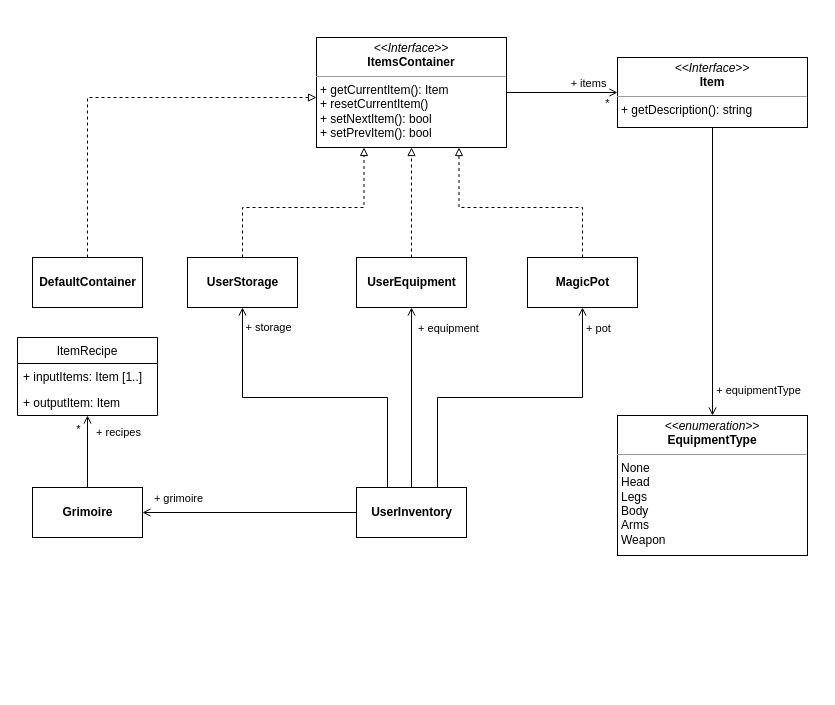
Before: page "InventoryComponent" (4 of 7) of documents/Roguelike.drawio in SBOne-Kenobi/design-course, a draw.io diagram. Source tidied: cells renumbered, new cells numbered last; positions are measured from the earlier drawing's top-left corner, leaving out a move shared by most shapes. Both pictures are drawn from the tidied source at 100%, with x=0, y=0 at pixel (17, 37).
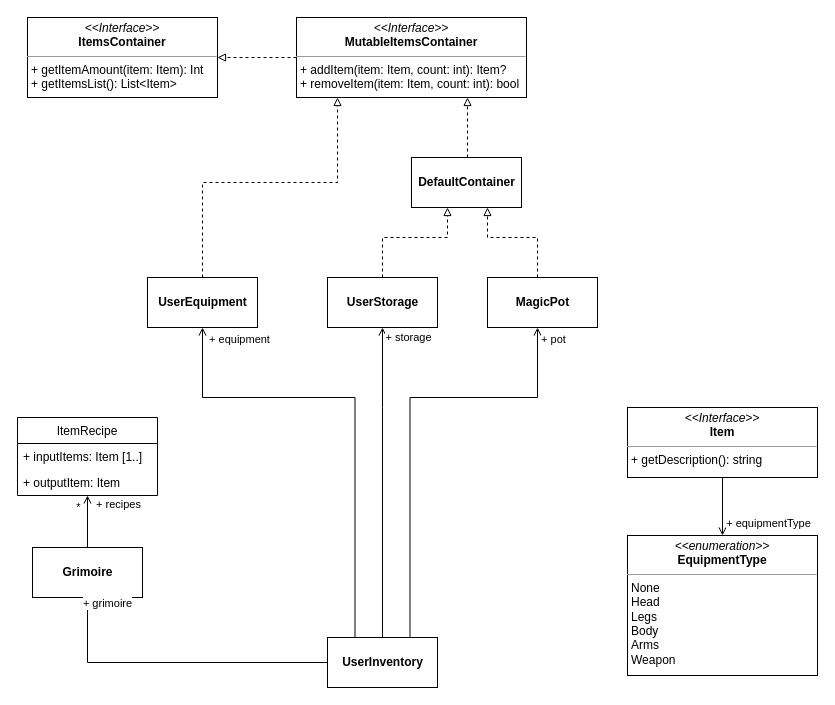
The same page after the edit.

What changed in the source:
```diff
@@
-    <mxCell id="2" style="edgeStyle=orthogonalEdgeStyle;rounded=0;jettySize=auto;html=1;startArrow=none;startFill=0;endArrow=open;endFill=0;" parent="1" edge="1" source="5" target="31">
-      <mxGeometry relative="1" as="geometry" />
-    </mxCell>
-    <mxCell id="3" value="+ items" style="edgeLabel;html=1;align=center;verticalAlign=middle;" parent="2" vertex="1">
-      <mxGeometry x="0.71" y="-2" relative="1" as="geometry">
-        <mxPoint x="-14" y="-12" as="offset" />
-      </mxGeometry>
-    </mxCell>
-    <mxCell id="4" value="*" style="edgeLabel;html=1;align=center;verticalAlign=middle;" parent="2" vertex="1">
-      <mxGeometry x="0.78" y="1" relative="1" as="geometry">
-        <mxPoint x="1" y="11" as="offset" />
-      </mxGeometry>
-    </mxCell>
-    <mxCell id="5" value="&lt;p style=&quot;margin:0px;margin-top:4px;text-align:center;&quot;&gt;&lt;i&gt;&amp;lt;&amp;lt;Interface&amp;gt;&amp;gt;&lt;/i&gt;&lt;br&gt;&lt;b&gt;ItemsContainer&lt;/b&gt;&lt;/p&gt;&lt;hr size=&quot;1&quot;&gt;&lt;p style=&quot;margin:0px;margin-left:4px;&quot;&gt;&lt;/p&gt;&lt;p style=&quot;margin:0px;margin-left:4px;&quot;&gt;+ getCurrentItem(): Item&lt;br&gt;+ resetCurrentItem()&lt;/p&gt;&lt;p style=&quot;margin:0px;margin-left:4px;&quot;&gt;+ setNextItem(): bool&lt;/p&gt;&lt;p style=&quot;margin:0px;margin-left:4px;&quot;&gt;+ setPrevItem(): bool&lt;/p&gt;" style="verticalAlign=top;align=left;overflow=fill;fontSize=12;fontFamily=Helvetica;html=1;strokeColor=default;" parent="1" vertex="1">
-      <mxGeometry x="299" width="190" height="110" as="geometry" />
+    <mxCell id="5" value="&lt;p style=&quot;margin:0px;margin-top:4px;text-align:center;&quot;&gt;&lt;i&gt;&amp;lt;&amp;lt;Interface&amp;gt;&amp;gt;&lt;/i&gt;&lt;br&gt;&lt;b&gt;ItemsContainer&lt;/b&gt;&lt;/p&gt;&lt;hr size=&quot;1&quot;&gt;&lt;p style=&quot;margin:0px;margin-left:4px;&quot;&gt;&lt;/p&gt;&lt;p style=&quot;margin:0px;margin-left:4px;&quot;&gt;+ getItemAmount(item: Item): Int&lt;/p&gt;&lt;p style=&quot;margin:0px;margin-left:4px;&quot;&gt;+ getItemsList(): List&amp;lt;Item&amp;gt;&lt;/p&gt;" style="verticalAlign=top;align=left;overflow=fill;fontSize=12;fontFamily=Helvetica;html=1;strokeColor=default;" parent="1" vertex="1">
+      <mxGeometry x="10" y="-20" width="190" height="80" as="geometry" />
     </mxCell>
@@
-    <mxCell id="8" style="edgeStyle=orthogonalEdgeStyle;rounded=0;jettySize=auto;html=1;entryX=0.25;entryY=1;entryDx=0;entryDy=0;dashed=1;startArrow=none;startFill=0;endArrow=block;endFill=0;" parent="1" edge="1" source="9" target="5">
-      <mxGeometry relative="1" as="geometry">
-        <Array as="points">
-          <mxPoint x="225" y="170" />
-          <mxPoint x="347" y="170" />
-        </Array>
-      </mxGeometry>
-    </mxCell>
+    <mxCell id="34" style="edgeStyle=orthogonalEdgeStyle;rounded=0;jettySize=auto;html=1;dashed=1;endArrow=block;endFill=0;" parent="1" edge="1" source="9" target="33">
+      <mxGeometry relative="1" as="geometry">
+        <Array as="points">
+          <mxPoint x="365" y="200" />
+          <mxPoint x="430" y="200" />
+        </Array>
+      </mxGeometry>
+    </mxCell>
     <mxCell id="9" value="&lt;b&gt;UserStorage&lt;/b&gt;" style="html=1;strokeColor=default;" parent="1" vertex="1">
-      <mxGeometry x="170" y="220" width="110" height="50" as="geometry" />
+      <mxGeometry x="310" y="240" width="110" height="50" as="geometry" />
     </mxCell>
-    <mxCell id="10" style="edgeStyle=orthogonalEdgeStyle;rounded=0;jettySize=auto;html=1;entryX=0.5;entryY=1;entryDx=0;entryDy=0;dashed=1;startArrow=none;startFill=0;endArrow=block;endFill=0;" parent="1" edge="1" source="11" target="5">
-      <mxGeometry relative="1" as="geometry" />
-    </mxCell>
+    <mxCell id="35" style="edgeStyle=orthogonalEdgeStyle;rounded=0;jettySize=auto;html=1;exitX=0.5;exitY=0;exitDx=0;exitDy=0;dashed=1;endArrow=block;endFill=0;" parent="1" edge="1" source="11" target="38">
+      <mxGeometry relative="1" as="geometry">
+        <Array as="points">
+          <mxPoint x="185" y="145" />
+          <mxPoint x="320" y="145" />
+        </Array>
+      </mxGeometry>
+    </mxCell>
     <mxCell id="11" value="&lt;b&gt;UserEquipment&lt;/b&gt;" style="html=1;strokeColor=default;" parent="1" vertex="1">
-      <mxGeometry x="339" y="220" width="110" height="50" as="geometry" />
+      <mxGeometry x="130" y="240" width="110" height="50" as="geometry" />
     </mxCell>
-    <mxCell id="12" style="edgeStyle=orthogonalEdgeStyle;rounded=0;jettySize=auto;html=1;entryX=0.75;entryY=1;entryDx=0;entryDy=0;dashed=1;startArrow=none;startFill=0;endArrow=block;endFill=0;" parent="1" edge="1" source="13" target="5">
-      <mxGeometry relative="1" as="geometry">
-        <Array as="points">
-          <mxPoint x="565" y="170" />
-          <mxPoint x="442" y="170" />
-        </Array>
-      </mxGeometry>
-    </mxCell>
+    <mxCell id="36" style="edgeStyle=orthogonalEdgeStyle;rounded=0;jettySize=auto;html=1;dashed=1;endArrow=block;endFill=0;" parent="1" edge="1" source="13" target="33">
+      <mxGeometry relative="1" as="geometry">
+        <Array as="points">
+          <mxPoint x="520" y="200" />
+          <mxPoint x="470" y="200" />
+        </Array>
+      </mxGeometry>
+    </mxCell>
     <mxCell id="13" value="&lt;b&gt;MagicPot&lt;/b&gt;" style="html=1;strokeColor=default;" parent="1" vertex="1">
-      <mxGeometry x="510" y="220" width="110" height="50" as="geometry" />
+      <mxGeometry x="470" y="240" width="110" height="50" as="geometry" />
     </mxCell>
     <mxCell id="14" value="ItemRecipe" style="swimlane;fontStyle=0;horizontal=1;startSize=26;fillColor=none;strokeColor=default;" parent="1" vertex="1">
-      <mxGeometry y="300" width="140" height="78" as="geometry" />
+      <mxGeometry y="380" width="140" height="78" as="geometry" />
     </mxCell>
@@
     <mxCell id="20" value="&lt;b&gt;Grimoire&lt;br&gt;&lt;/b&gt;" style="html=1;strokeColor=default;" parent="1" vertex="1">
-      <mxGeometry x="15" y="450" width="110" height="50" as="geometry" />
+      <mxGeometry x="15" y="510" width="110" height="50" as="geometry" />
     </mxCell>
@@
-    <mxCell id="23" style="edgeStyle=orthogonalEdgeStyle;rounded=0;jettySize=auto;html=1;entryX=0.5;entryY=1;entryDx=0;entryDy=0;startArrow=none;startFill=0;endArrow=open;endFill=0;" parent="1" edge="1" source="29" target="9">
+    <mxCell id="23" style="edgeStyle=orthogonalEdgeStyle;rounded=0;jettySize=auto;html=1;startArrow=none;startFill=0;endArrow=open;endFill=0;exitX=0.5;exitY=0;exitDx=0;exitDy=0;" parent="1" edge="1" source="29" target="9">
       <mxGeometry relative="1" as="geometry">
         <Array as="points">
-          <mxPoint x="370" y="360" />
-          <mxPoint x="225" y="360" />
+          <mxPoint x="365" y="370" />
+          <mxPoint x="365" y="370" />
         </Array>
       </mxGeometry>
     </mxCell>
     <mxCell id="24" value="+ storage" style="edgeLabel;html=1;align=center;verticalAlign=middle;" parent="23" vertex="1">
       <mxGeometry x="0.85" y="2" relative="1" as="geometry">
-        <mxPoint x="27" y="-5" as="offset" />
+        <mxPoint x="27" y="-14" as="offset" />
       </mxGeometry>
     </mxCell>
-    <mxCell id="25" style="edgeStyle=orthogonalEdgeStyle;rounded=0;jettySize=auto;html=1;startArrow=none;startFill=0;endArrow=open;endFill=0;" parent="1" edge="1" source="29" target="11">
-      <mxGeometry relative="1" as="geometry" />
+    <mxCell id="25" style="edgeStyle=orthogonalEdgeStyle;rounded=0;jettySize=auto;html=1;startArrow=none;startFill=0;endArrow=open;endFill=0;exitX=0.25;exitY=0;exitDx=0;exitDy=0;" parent="1" edge="1" source="29" target="11">
+      <mxGeometry relative="1" as="geometry">
+        <Array as="points">
+          <mxPoint x="338" y="360" />
+          <mxPoint x="185" y="360" />
+        </Array>
+      </mxGeometry>
     </mxCell>
     <mxCell id="26" value="+ equipment" style="edgeLabel;html=1;align=center;verticalAlign=middle;" parent="25" vertex="1">
       <mxGeometry x="0.81" relative="1" as="geometry">
-        <mxPoint x="36" y="3" as="offset" />
+        <mxPoint x="36" y="-32" as="offset" />
       </mxGeometry>
     </mxCell>
-    <mxCell id="27" style="edgeStyle=orthogonalEdgeStyle;rounded=0;jettySize=auto;html=1;startArrow=none;startFill=0;endArrow=open;endFill=0;" parent="1" edge="1" source="29" target="13">
+    <mxCell id="27" style="edgeStyle=orthogonalEdgeStyle;rounded=0;jettySize=auto;html=1;startArrow=none;startFill=0;endArrow=open;endFill=0;exitX=0.75;exitY=0;exitDx=0;exitDy=0;" parent="1" edge="1" source="29" target="13">
       <mxGeometry relative="1" as="geometry">
         <Array as="points">
-          <mxPoint x="420" y="360" />
-          <mxPoint x="565" y="360" />
+          <mxPoint x="393" y="360" />
+          <mxPoint x="520" y="360" />
         </Array>
       </mxGeometry>
     </mxCell>
     <mxCell id="28" value="+ pot" style="edgeLabel;html=1;align=center;verticalAlign=middle;" parent="27" vertex="1">
       <mxGeometry x="0.87" relative="1" as="geometry">
-        <mxPoint x="15" y="-1" as="offset" />
+        <mxPoint x="15" y="-17" as="offset" />
       </mxGeometry>
     </mxCell>
     <mxCell id="29" value="&lt;b&gt;UserInventory&lt;/b&gt;" style="html=1;strokeColor=default;" parent="1" vertex="1">
-      <mxGeometry x="339" y="450" width="110" height="50" as="geometry" />
+      <mxGeometry x="310" y="600" width="110" height="50" as="geometry" />
     </mxCell>
     <mxCell id="30" value="&lt;p style=&quot;margin:0px;margin-top:4px;text-align:center;&quot;&gt;&lt;i&gt;&amp;lt;&amp;lt;enumeration&amp;gt;&amp;gt;&lt;/i&gt;&lt;br&gt;&lt;b&gt;EquipmentType&lt;/b&gt;&lt;/p&gt;&lt;hr size=&quot;1&quot;&gt;&lt;p style=&quot;margin:0px;margin-left:4px;&quot;&gt;None&lt;/p&gt;&lt;p style=&quot;margin:0px;margin-left:4px;&quot;&gt;Head&lt;/p&gt;&lt;p style=&quot;margin:0px;margin-left:4px;&quot;&gt;Legs&lt;/p&gt;&lt;p style=&quot;margin:0px;margin-left:4px;&quot;&gt;Body&lt;/p&gt;&lt;p style=&quot;margin:0px;margin-left:4px;&quot;&gt;Arms&lt;/p&gt;&lt;p style=&quot;margin:0px;margin-left:4px;&quot;&gt;Weapon&lt;/p&gt;" style="verticalAlign=top;align=left;overflow=fill;fontSize=12;fontFamily=Helvetica;html=1;strokeColor=default;" parent="1" vertex="1">
-      <mxGeometry x="600" y="378" width="190" height="140" as="geometry" />
+      <mxGeometry x="610" y="498" width="190" height="140" as="geometry" />
     </mxCell>
     <mxCell id="31" value="&lt;p style=&quot;margin:0px;margin-top:4px;text-align:center;&quot;&gt;&lt;i&gt;&amp;lt;&amp;lt;Interface&amp;gt;&amp;gt;&lt;/i&gt;&lt;br&gt;&lt;b&gt;Item&lt;/b&gt;&lt;/p&gt;&lt;hr size=&quot;1&quot;&gt;&lt;p style=&quot;margin:0px;margin-left:4px;&quot;&gt;+ getDescription(): string&lt;/p&gt;" style="verticalAlign=top;align=left;overflow=fill;fontSize=12;fontFamily=Helvetica;html=1;strokeColor=default;" parent="1" vertex="1">
-      <mxGeometry x="600" y="20" width="190" height="70" as="geometry" />
+      <mxGeometry x="610" y="370" width="190" height="70" as="geometry" />
     </mxCell>
-    <mxCell id="32" style="edgeStyle=orthogonalEdgeStyle;rounded=0;jettySize=auto;html=1;startArrow=none;startFill=0;endArrow=block;endFill=0;dashed=1;" parent="1" edge="1" source="33" target="5">
-      <mxGeometry relative="1" as="geometry">
-        <Array as="points">
-          <mxPoint x="70" y="60" />
-        </Array>
-      </mxGeometry>
-    </mxCell>
+    <mxCell id="37" style="edgeStyle=orthogonalEdgeStyle;rounded=0;jettySize=auto;html=1;dashed=1;endArrow=block;endFill=0;" parent="1" edge="1" source="38" target="5">
+      <mxGeometry relative="1" as="geometry" />
+    </mxCell>
+    <mxCell id="38" value="&lt;p style=&quot;margin:0px;margin-top:4px;text-align:center;&quot;&gt;&lt;i&gt;&amp;lt;&amp;lt;Interface&amp;gt;&amp;gt;&lt;/i&gt;&lt;br&gt;&lt;b&gt;MutableItemsContainer&lt;/b&gt;&lt;/p&gt;&lt;hr size=&quot;1&quot;&gt;&lt;p style=&quot;margin:0px;margin-left:4px;&quot;&gt;&lt;span style=&quot;background-color: initial;&quot;&gt;+ addItem(item: Item, count: int): Item?&lt;/span&gt;&lt;br&gt;&lt;/p&gt;&lt;p style=&quot;margin:0px;margin-left:4px;&quot;&gt;+ removeItem(item: Item, count: int): bool&lt;/p&gt;" style="verticalAlign=top;align=left;overflow=fill;fontSize=12;fontFamily=Helvetica;html=1;" parent="1" vertex="1">
+      <mxGeometry x="279" y="-20" width="230" height="80" as="geometry" />
+    </mxCell>
+    <mxCell id="39" style="edgeStyle=orthogonalEdgeStyle;rounded=0;jettySize=auto;html=1;dashed=1;endArrow=block;endFill=0;" parent="1" edge="1" source="33" target="38">
+      <mxGeometry relative="1" as="geometry">
+        <Array as="points">
+          <mxPoint x="450" y="90" />
+          <mxPoint x="450" y="90" />
+        </Array>
+      </mxGeometry>
+    </mxCell>
     <mxCell id="33" value="&lt;b&gt;DefaultContainer&lt;/b&gt;" style="html=1;strokeColor=default;" parent="1" vertex="1">
-      <mxGeometry x="15" y="220" width="110" height="50" as="geometry" />
+      <mxGeometry x="394" y="120" width="110" height="50" as="geometry" />
     </mxCell>
```
